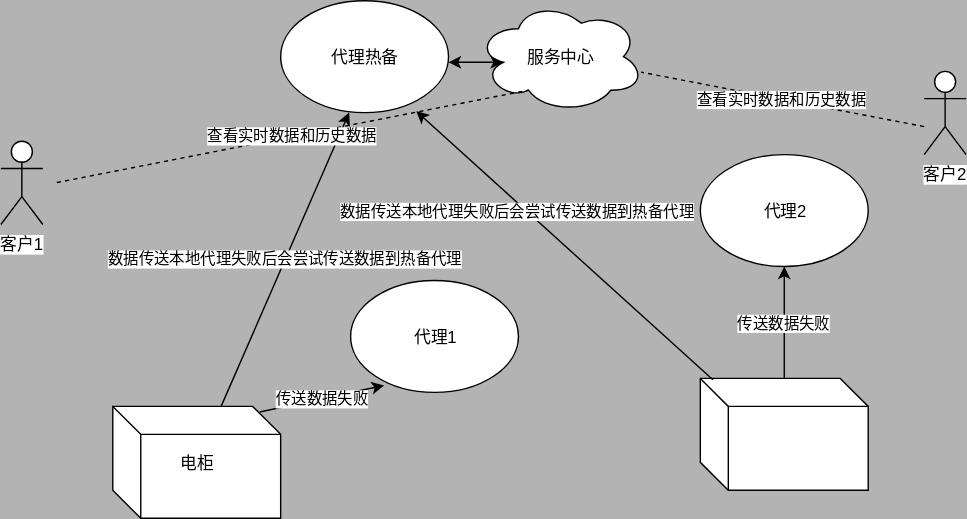
erbuziren/go-test keeps this draw.io diagram as 代理挂掉.svg. Above is the earlier version. Source tidied: cells renumbered, new cells last; positions are measured from the earlier drawing's top-left corner, leaving out a move shared by most shapes.
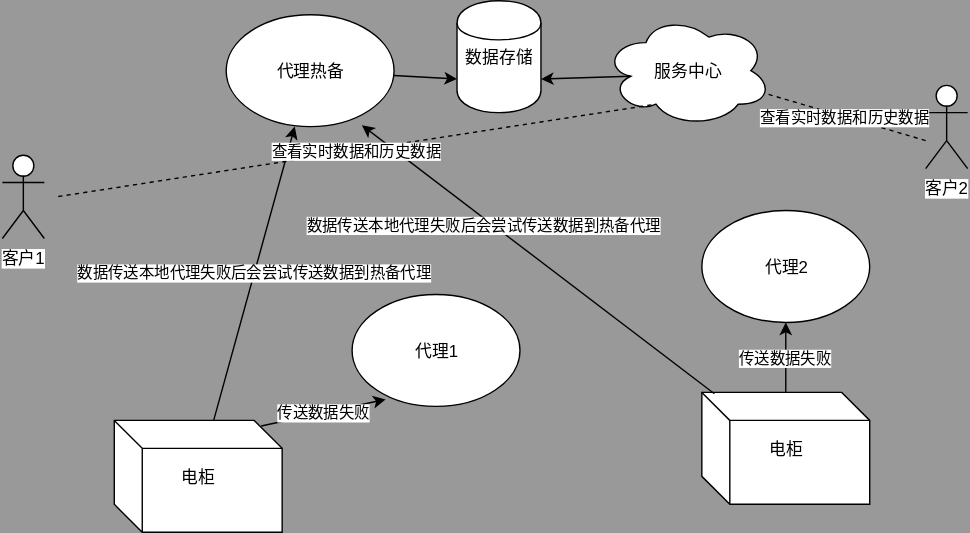
After the commit.

The edit, as a diff of the source:
```diff
@@ -1,12 +1,12 @@
-<mxGraphModel background="#B3B3B3">
+<mxGraphModel background="#999999">
   <root>
     <mxCell id="0" />
     <mxCell id="1" parent="0" />
     <mxCell id="2" value="服务中心" style="ellipse;shape=cloud;whiteSpace=wrap;html=1;" parent="1" vertex="1">
-      <mxGeometry x="340" width="120" height="80" as="geometry" />
+      <mxGeometry x="430" width="120" height="80" as="geometry" />
     </mxCell>
     <mxCell id="3" value="代理热备" style="ellipse;whiteSpace=wrap;html=1;" parent="1" vertex="1">
-      <mxGeometry x="200" width="120" height="80" as="geometry" />
+      <mxGeometry x="160" width="120" height="80" as="geometry" />
     </mxCell>
     <mxCell id="4" value="代理1" style="ellipse;whiteSpace=wrap;html=1;" parent="1" vertex="1">
       <mxGeometry x="250" y="200" width="120" height="80" as="geometry" />
@@ -21,9 +21,9 @@
       <mxGeometry relative="1" as="geometry" />
     </mxCell>
     <mxCell id="8" value="代理2" style="ellipse;whiteSpace=wrap;html=1;gradientColor=none;" parent="1" vertex="1">
-      <mxGeometry x="500" y="110" width="120" height="80" as="geometry" />
+      <mxGeometry x="500" y="140" width="120" height="80" as="geometry" />
     </mxCell>
-    <mxCell id="9" style="shape=cube;whiteSpace=wrap;html=1;gradientColor=none;" parent="1" vertex="1">
+    <mxCell id="9" value="电柜" style="shape=cube;whiteSpace=wrap;html=1;gradientColor=none;" parent="1" vertex="1">
       <mxGeometry x="500" y="270" width="120" height="80" as="geometry" />
     </mxCell>
     <mxCell id="10" value="传送数据失败" style="endArrow=classic;html=1;exitX=0.5;exitY=0;" parent="1" edge="1" source="9" target="8">
@@ -43,18 +43,19 @@
     <mxCell id="14" value="客户2" style="shape=umlActor;verticalLabelPosition=bottom;labelBackgroundColor=#ffffff;verticalAlign=top;html=1;gradientColor=none;" parent="1" vertex="1">
       <mxGeometry x="660" y="50" width="30" height="60" as="geometry" />
     </mxCell>
-    <mxCell id="15" style="endArrow=classic;startArrow=classic;html=1;entryX=0.16;entryY=0.55;entryPerimeter=0;" parent="1" edge="1" target="2">
-      <mxGeometry relative="1" as="geometry">
-        <mxPoint x="320" y="44" as="sourcePoint" />
-        <Array as="points">
-          <mxPoint x="340" y="44" />
-        </Array>
-      </mxGeometry>
-    </mxCell>
     <mxCell id="16" value="查看实时数据和历史数据" style="endArrow=none;dashed=1;html=1;" parent="1" edge="1" target="2">
       <mxGeometry relative="1" as="geometry">
         <mxPoint x="660" y="90" as="sourcePoint" />
       </mxGeometry>
     </mxCell>
+    <mxCell id="17" value="数据存储" style="shape=cylinder;whiteSpace=wrap;html=1;gradientColor=none;" parent="1" vertex="1">
+      <mxGeometry x="325" y="-10" width="60" height="80" as="geometry" />
+    </mxCell>
+    <mxCell id="18" style="endArrow=classic;html=1;exitX=0.16;exitY=0.55;exitPerimeter=0;entryX=1;entryY=0.7;" parent="1" edge="1" source="2" target="17">
+      <mxGeometry relative="1" as="geometry" />
+    </mxCell>
+    <mxCell id="19" style="endArrow=classic;html=1;entryX=0;entryY=0.7;" parent="1" edge="1" source="3" target="17">
+      <mxGeometry relative="1" as="geometry" />
+    </mxCell>
   </root>
 </mxGraphModel>
```
